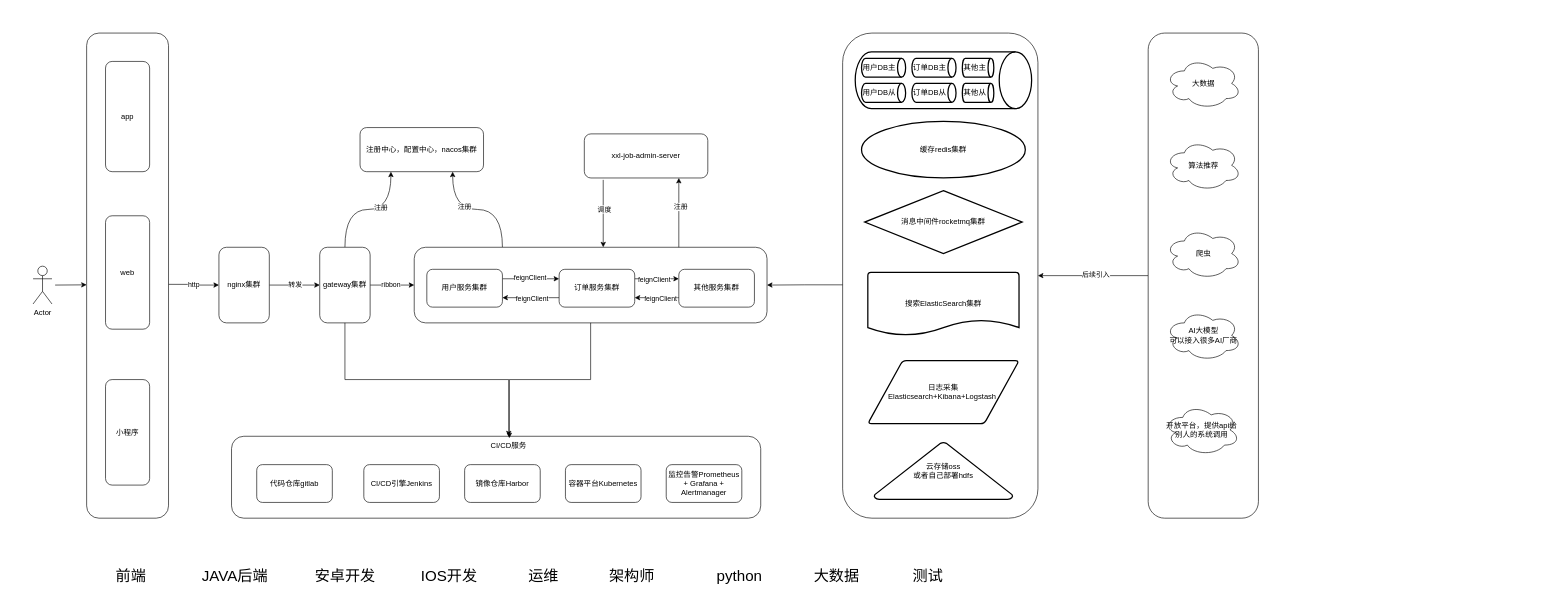
Before: 系统架构图.drawio in qq315882195/bird, a draw.io diagram. Source tidied: cells renumbered, new cells numbered last; positions are measured from the earlier drawing's top-left corner, leaving out a move shared by most shapes. Both pictures are drawn from the tidied source at 63%, with x=0, y=0 at pixel (33, 33).
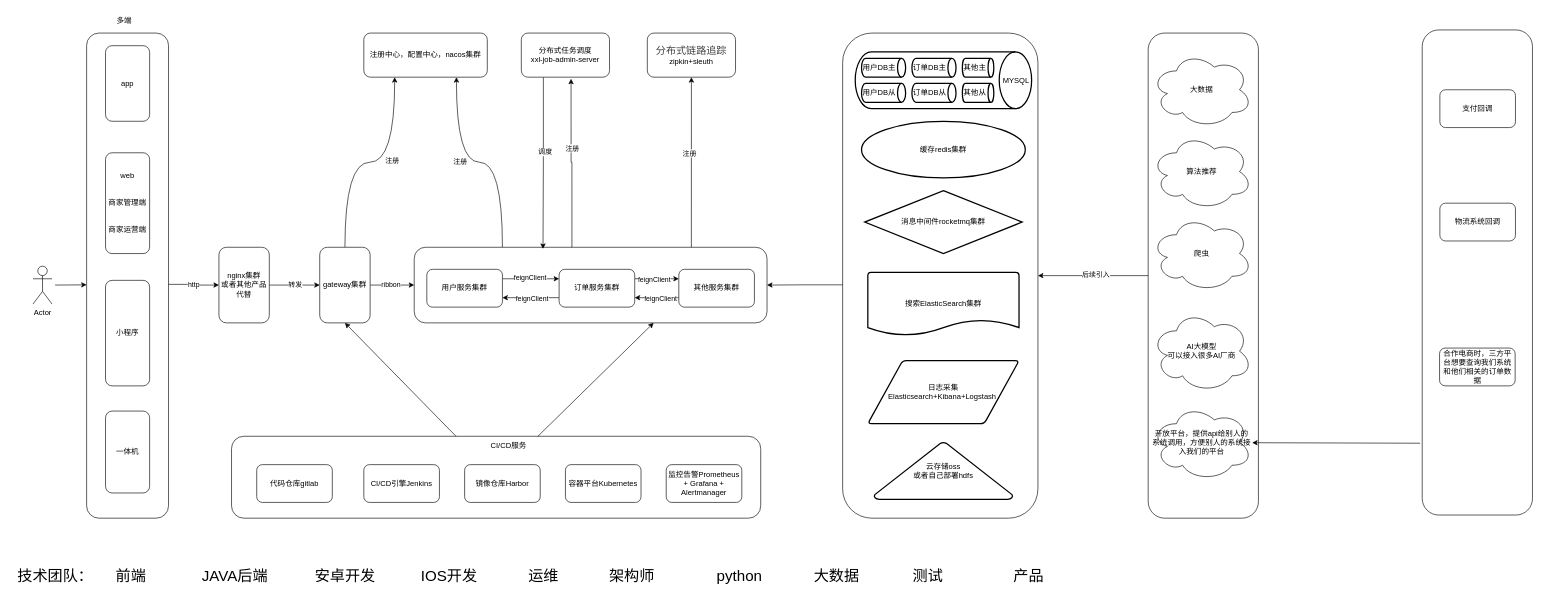
The same page after the edit.

Commit message:
更新系统架构图.drawio

The change refers to these unchanged cells:
```xml
<mxCell id="11" style="whiteSpace=wrap;html=1;rounded=1;" parent="1" vertex="1">
  <mxGeometry x="605" y="340" width="560" height="120" as="geometry" />
</mxCell>
<mxCell id="32" value="gateway集群" style="whiteSpace=wrap;html=1;rounded=1;" parent="1" vertex="1">
  <mxGeometry x="455" y="340" width="80" height="120" as="geometry" />
</mxCell>
<mxCell id="35" style="rounded=1;whiteSpace=wrap;html=1;" parent="1" vertex="1">
  <mxGeometry x="315" y="640" width="840" height="130" as="geometry" />
</mxCell>
<mxCell id="37" value="CI/CD服务" style="text;html=1;align=center;verticalAlign=middle;whiteSpace=wrap;rounded=0;" parent="1" vertex="1">
  <mxGeometry x="725" y="640" width="60" height="30" as="geometry" />
</mxCell>
```

Diff of the diagram source:
```diff
@@
-    <mxCell id="8" value="nginx集群" style="whiteSpace=wrap;html=1;rounded=1;" parent="1" vertex="1">
+    <mxCell id="8" value="nginx集群&lt;div&gt;或者其他产品代替&lt;/div&gt;" style="whiteSpace=wrap;html=1;rounded=1;" parent="1" vertex="1">
       <mxGeometry x="295" y="340" width="80" height="120" as="geometry" />
     </mxCell>
@@
     <mxCell id="23" value="注册中心，配置中心，nacos集群" style="rounded=1;whiteSpace=wrap;html=1;" parent="1" vertex="1">
-      <mxGeometry x="519" y="150" width="196" height="70" as="geometry" />
+      <mxGeometry x="525" width="196" height="70" as="geometry" />
     </mxCell>
-    <mxCell id="24" style="edgeStyle=orthogonalEdgeStyle;rounded=0;jettySize=auto;html=1;exitX=0.153;exitY=1.043;exitDx=0;exitDy=0;exitPerimeter=0;" parent="1" edge="1" source="26">
-      <mxGeometry relative="1" as="geometry">
-        <mxPoint x="905" y="340" as="targetPoint" />
-      </mxGeometry>
+    <mxCell id="24" style="edgeStyle=orthogonalEdgeStyle;rounded=0;jettySize=auto;html=1;exitX=0.25;exitY=1;exitDx=0;exitDy=0;entryX=0.365;entryY=0.021;entryDx=0;entryDy=0;entryPerimeter=0;" parent="1" edge="1" source="26" target="11">
+      <mxGeometry relative="1" as="geometry" />
     </mxCell>
@@
-    <mxCell id="26" value="xxl-job-admin-server" style="rounded=1;whiteSpace=wrap;html=1;" parent="1" vertex="1">
-      <mxGeometry x="875" y="160" width="196" height="70" as="geometry" />
+    <mxCell id="26" value="分布式任务调度&lt;div&gt;xxl-job-admin-server&lt;/div&gt;" style="rounded=1;whiteSpace=wrap;html=1;" parent="1" vertex="1">
+      <mxGeometry x="775" width="140" height="70" as="geometry" />
     </mxCell>
@@
-    <mxCell id="33" style="edgeStyle=orthogonalEdgeStyle;rounded=0;jettySize=auto;html=1;exitX=0.75;exitY=0;exitDx=0;exitDy=0;" parent="1" edge="1" source="11">
-      <mxGeometry relative="1" as="geometry">
-        <mxPoint x="1025" y="230" as="targetPoint" />
-      </mxGeometry>
+    <mxCell id="33" style="edgeStyle=orthogonalEdgeStyle;rounded=0;jettySize=auto;html=1;entryX=0.564;entryY=1.036;entryDx=0;entryDy=0;entryPerimeter=0;exitX=0.447;exitY=0;exitDx=0;exitDy=0;exitPerimeter=0;" parent="1" edge="1" source="11" target="26">
+      <mxGeometry relative="1" as="geometry" />
     </mxCell>
@@
-    <mxCell id="42" style="edgeStyle=orthogonalEdgeStyle;rounded=0;jettySize=auto;html=1;exitX=0.5;exitY=1;exitDx=0;exitDy=0;entryX=0.525;entryY=0.023;entryDx=0;entryDy=0;entryPerimeter=0;" parent="1" edge="1" source="11" target="35">
-      <mxGeometry relative="1" as="geometry" />
-    </mxCell>
-    <mxCell id="43" style="edgeStyle=orthogonalEdgeStyle;rounded=0;jettySize=auto;html=1;exitX=0.5;exitY=1;exitDx=0;exitDy=0;" parent="1" edge="1" source="32" target="37">
-      <mxGeometry relative="1" as="geometry" />
-    </mxCell>
@@
     <mxCell id="61" value="大数据" style="ellipse;shape=cloud;whiteSpace=wrap;html=1;" parent="1" vertex="1">
-      <mxGeometry x="1797.5" y="40" width="120" height="80" as="geometry" />
+      <mxGeometry x="1775" y="30" width="160" height="120" as="geometry" />
     </mxCell>
     <mxCell id="62" value="算法推荐" style="ellipse;shape=cloud;whiteSpace=wrap;html=1;" parent="1" vertex="1">
-      <mxGeometry x="1797.5" y="170" width="120" height="80" as="geometry" />
+      <mxGeometry x="1775" y="160" width="160" height="120" as="geometry" />
     </mxCell>
     <mxCell id="63" value="AI大模型&lt;br&gt;可以接入很多AI厂商" style="ellipse;shape=cloud;whiteSpace=wrap;html=1;" parent="1" vertex="1">
-      <mxGeometry x="1797.5" y="440" width="120" height="80" as="geometry" />
+      <mxGeometry x="1775" y="440" width="160" height="130" as="geometry" />
     </mxCell>
-    <mxCell id="64" value="开放平台，提供api给别人的系统调用" style="ellipse;shape=cloud;whiteSpace=wrap;html=1;" parent="1" vertex="1">
-      <mxGeometry x="1795" y="590" width="120" height="80" as="geometry" />
+    <mxCell id="64" value="开放平台，提供api给别人的系统调用，方便别人的系统接入我们的平台" style="ellipse;shape=cloud;whiteSpace=wrap;html=1;" parent="1" vertex="1">
+      <mxGeometry x="1775" y="590" width="160" height="120" as="geometry" />
     </mxCell>
@@
-    <mxCell id="66" value="web" style="rounded=1;whiteSpace=wrap;html=1;" parent="1" vertex="1">
-      <mxGeometry x="115" y="290" width="70" height="180" as="geometry" />
+    <mxCell id="66" value="&lt;div&gt;web&lt;/div&gt;&lt;div&gt;&lt;br&gt;&lt;/div&gt;&lt;div&gt;&lt;br&gt;&lt;/div&gt;商家管理端&lt;br&gt;&lt;div&gt;&lt;br&gt;&lt;/div&gt;&lt;div&gt;&lt;br&gt;&lt;/div&gt;&lt;div&gt;商家运营端&lt;/div&gt;" style="rounded=1;whiteSpace=wrap;html=1;" parent="1" vertex="1">
+      <mxGeometry x="115" y="190" width="70" height="160" as="geometry" />
     </mxCell>
     <mxCell id="67" value="app" style="rounded=1;whiteSpace=wrap;html=1;" parent="1" vertex="1">
-      <mxGeometry x="115" y="45" width="70" height="175" as="geometry" />
+      <mxGeometry x="115" y="20" width="70" height="120" as="geometry" />
     </mxCell>
     <mxCell id="68" value="小程序" style="rounded=1;whiteSpace=wrap;html=1;" parent="1" vertex="1">
-      <mxGeometry x="115" y="550" width="70" height="167.5" as="geometry" />
+      <mxGeometry x="115" y="392.5" width="70" height="167.5" as="geometry" />
     </mxCell>
     <mxCell id="69" value="爬虫" style="ellipse;shape=cloud;whiteSpace=wrap;html=1;" parent="1" vertex="1">
-      <mxGeometry x="1797.5" y="310" width="120" height="80" as="geometry" />
+      <mxGeometry x="1775" y="290" width="160" height="120" as="geometry" />
     </mxCell>
@@
+    <mxCell id="79" value="&lt;span style=&quot;font-size: 24px;&quot;&gt;产品&lt;/span&gt;" style="text;html=1;align=center;verticalAlign=middle;strokeColor=none;fillColor=none;" parent="1" vertex="1">
+      <mxGeometry x="1545" y="843" width="70" height="40" as="geometry" />
+    </mxCell>
+    <mxCell id="80" value="&lt;span style=&quot;font-size: 24px;&quot;&gt;技术团队：&lt;/span&gt;" style="text;html=1;align=center;verticalAlign=middle;strokeColor=none;fillColor=none;" parent="1" vertex="1">
+      <mxGeometry x="-35" y="843" width="140" height="40" as="geometry" />
+    </mxCell>
+    <mxCell id="81" style="whiteSpace=wrap;html=1;rounded=1;" parent="1" vertex="1">
+      <mxGeometry x="2205" y="-5" width="175" height="770" as="geometry" />
+    </mxCell>
+    <mxCell id="82" value="支付回调" style="rounded=1;whiteSpace=wrap;html=1;" parent="1" vertex="1">
+      <mxGeometry x="2233" y="90" width="120" height="60" as="geometry" />
+    </mxCell>
+    <mxCell id="83" value="物流系统回调" style="rounded=1;whiteSpace=wrap;html=1;" parent="1" vertex="1">
+      <mxGeometry x="2233" y="270" width="120" height="60" as="geometry" />
+    </mxCell>
+    <mxCell id="84" value="合作电商时，三方平台想要查询我们系统和他们相关的订单数据" style="rounded=1;whiteSpace=wrap;html=1;" parent="1" vertex="1">
+      <mxGeometry x="2232.5" y="500" width="120" height="60" as="geometry" />
+    </mxCell>
+    <mxCell id="85" style="endArrow=classic;html=1;rounded=0;exitX=-0.019;exitY=0.852;exitDx=0;exitDy=0;exitPerimeter=0;" parent="1" edge="1" source="81" target="64">
+      <mxGeometry relative="1" as="geometry" />
+    </mxCell>
+    <mxCell id="86" value="一体机" style="rounded=1;whiteSpace=wrap;html=1;" parent="1" vertex="1">
+      <mxGeometry x="115" y="600" width="70" height="130" as="geometry" />
+    </mxCell>
+    <mxCell id="87" value="多端" style="text;html=1;align=center;verticalAlign=middle;whiteSpace=wrap;rounded=0;" parent="1" vertex="1">
+      <mxGeometry x="115" y="-35" width="60" height="30" as="geometry" />
+    </mxCell>
+    <mxCell id="88" style="endArrow=classic;html=1;rounded=0;" parent="1" edge="1" source="35">
+      <mxGeometry relative="1" as="geometry">
+        <mxPoint x="985" y="460" as="targetPoint" />
+      </mxGeometry>
+    </mxCell>
+    <mxCell id="89" style="endArrow=classic;html=1;rounded=0;entryX=0.5;entryY=1;entryDx=0;entryDy=0;" parent="1" edge="1" source="35" target="32">
+      <mxGeometry relative="1" as="geometry" />
+    </mxCell>
+    <mxCell id="90" value="&lt;span style=&quot;color: rgb(64, 64, 64); font-family: Inter, system-ui, -apple-system, BlinkMacSystemFont, &amp;quot;Segoe UI&amp;quot;, Roboto, &amp;quot;Noto Sans&amp;quot;, Ubuntu, Cantarell, &amp;quot;Helvetica Neue&amp;quot;, Oxygen, &amp;quot;Open Sans&amp;quot;, sans-serif; font-size: 16.002px; text-align: start;&quot;&gt;分布式链路追踪&lt;/span&gt;zipkin+sleuth" style="rounded=1;whiteSpace=wrap;html=1;" parent="1" vertex="1">
+      <mxGeometry x="975" width="140" height="70" as="geometry" />
+    </mxCell>
+    <mxCell id="91" style="endArrow=classic;html=1;rounded=0;" parent="1" edge="1" target="90">
+      <mxGeometry relative="1" as="geometry">
+        <mxPoint x="1044.9" y="340" as="sourcePoint" />
+      </mxGeometry>
+    </mxCell>
+    <mxCell id="92" value="注册" style="edgeLabel;html=1;align=center;verticalAlign=middle;" parent="91" vertex="1">
+      <mxGeometry x="0.1" y="3" relative="1" as="geometry" />
+    </mxCell>
+    <mxCell id="93" value="MYSQL" style="text;html=1;align=center;verticalAlign=middle;strokeColor=none;fillColor=none;" parent="1" vertex="1">
+      <mxGeometry x="1525" y="60" width="70" height="30" as="geometry" />
+    </mxCell>
```
